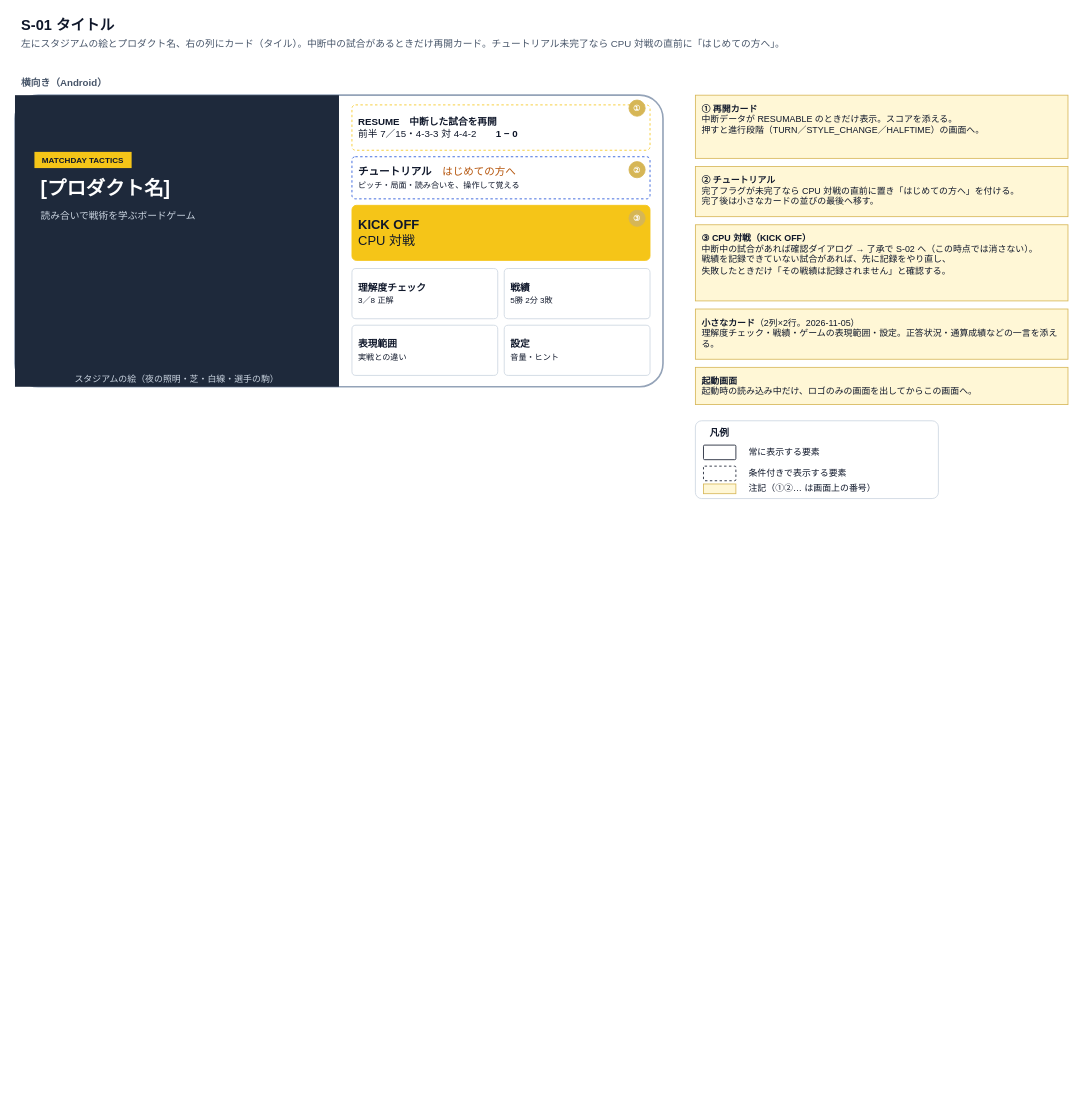
The draw.io diagram page "wireframe-s01-title" (1 of 12) of soccer-game/docs/specs/2_basic-design/wireframes.drawio in n-yata/soccer-sim, before the edit. Source tidied: cells renumbered, new cells numbered last; positions are measured from the earlier drawing's top-left corner, leaving out a move shared by most shapes. Both pictures are drawn from the tidied source at 81%, with x=0, y=0 at pixel (15, 14).
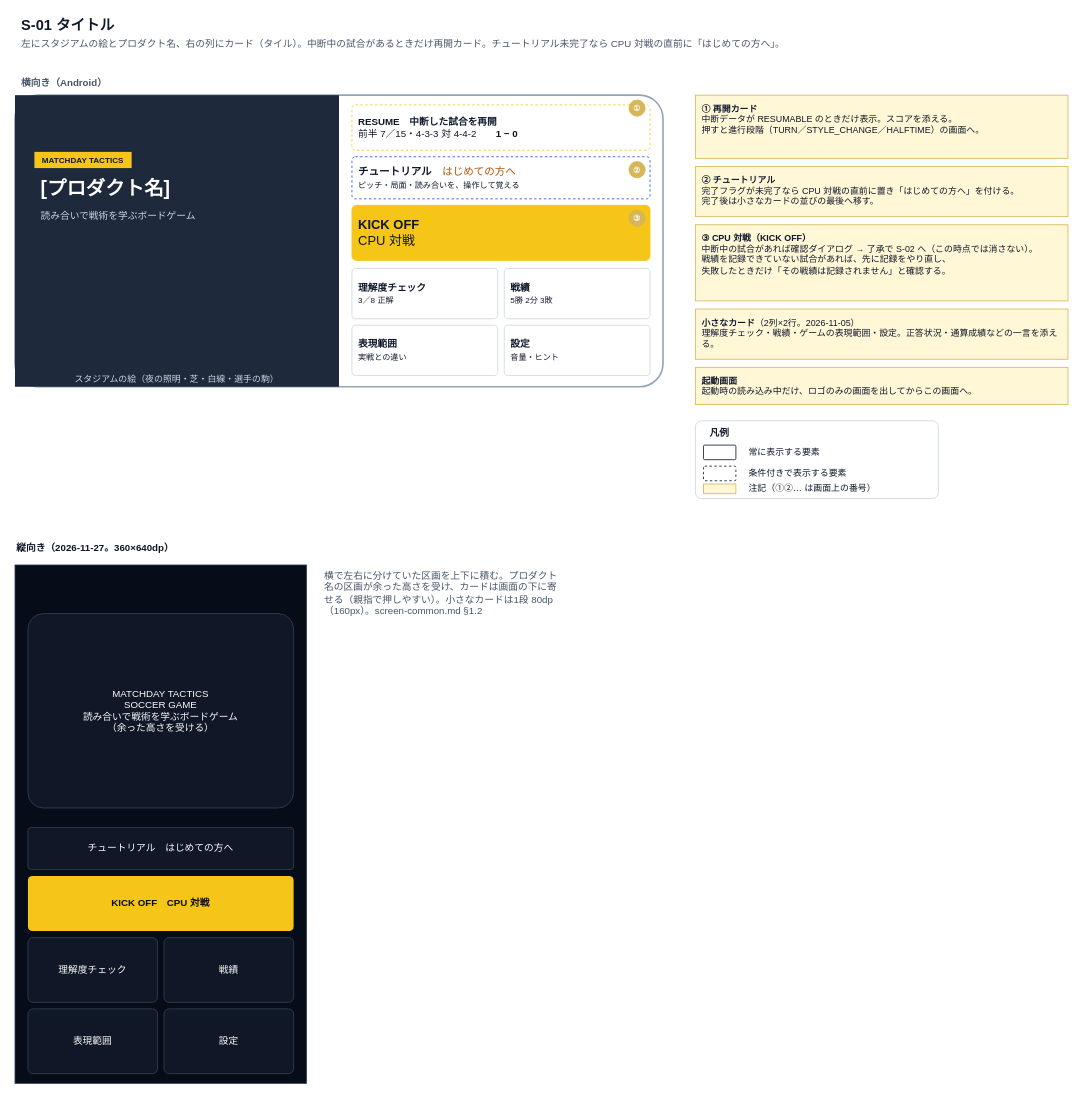
Above is the later version.

The edit, as a diff of the source:
```diff
@@
+    <mxCell id="33" value="縦向き（2026-11-27。360×640dp）" style="text;fontColor=#0F172A;fontStyle=1;align=left;verticalAlign=middle;whiteSpace=wrap;html=1;fontSize=12;" parent="1" vertex="1">
+      <mxGeometry y="646" width="360" height="26" as="geometry" />
+    </mxCell>
+    <mxCell id="34" style="fillColor=#070D18;strokeColor=#334155;whiteSpace=wrap;html=1;fontSize=12;" parent="1" vertex="1">
+      <mxGeometry y="680" width="360" height="640" as="geometry" />
+    </mxCell>
+    <mxCell id="35" value="MATCHDAY TACTICS&lt;br&gt;SOCCER GAME&lt;br&gt;読み合いで戦術を学ぶボードゲーム&lt;br&gt;（余った高さを受ける）" style="rounded=1;arcSize=8;fillColor=#101827;strokeColor=#334155;fontColor=#F8FAFC;whiteSpace=wrap;html=1;fontSize=12;" parent="1" vertex="1">
+      <mxGeometry x="16" y="740" width="328" height="240" as="geometry" />
+    </mxCell>
+    <mxCell id="36" value="チュートリアル　はじめての方へ" style="rounded=1;arcSize=8;fillColor=#101827;strokeColor=#334155;fontColor=#F8FAFC;whiteSpace=wrap;html=1;fontSize=12;" parent="1" vertex="1">
+      <mxGeometry x="16" y="1004" width="328" height="52" as="geometry" />
+    </mxCell>
+    <mxCell id="37" value="KICK OFF　CPU 対戦" style="rounded=1;arcSize=8;fillColor=#F5C518;strokeColor=none;fontColor=#070D18;fontStyle=1;whiteSpace=wrap;html=1;fontSize=12;" parent="1" vertex="1">
+      <mxGeometry x="16" y="1064" width="328" height="68" as="geometry" />
+    </mxCell>
+    <mxCell id="38" value="理解度チェック" style="rounded=1;arcSize=8;fillColor=#101827;strokeColor=#334155;fontColor=#F8FAFC;whiteSpace=wrap;html=1;fontSize=12;" parent="1" vertex="1">
+      <mxGeometry x="16" y="1140" width="160" height="80" as="geometry" />
+    </mxCell>
+    <mxCell id="39" value="戦績" style="rounded=1;arcSize=8;fillColor=#101827;strokeColor=#334155;fontColor=#F8FAFC;whiteSpace=wrap;html=1;fontSize=12;" parent="1" vertex="1">
+      <mxGeometry x="184" y="1140" width="160" height="80" as="geometry" />
+    </mxCell>
+    <mxCell id="40" value="表現範囲" style="rounded=1;arcSize=8;fillColor=#101827;strokeColor=#334155;fontColor=#F8FAFC;whiteSpace=wrap;html=1;fontSize=12;" parent="1" vertex="1">
+      <mxGeometry x="16" y="1228" width="160" height="80" as="geometry" />
+    </mxCell>
+    <mxCell id="41" value="設定" style="rounded=1;arcSize=8;fillColor=#101827;strokeColor=#334155;fontColor=#F8FAFC;whiteSpace=wrap;html=1;fontSize=12;" parent="1" vertex="1">
+      <mxGeometry x="184" y="1228" width="160" height="80" as="geometry" />
+    </mxCell>
+    <mxCell id="42" value="横で左右に分けていた区画を上下に積む。プロダクト名の区画が余った高さを受け、カードは画面の下に寄せる（親指で押しやすい）。小さなカードは1段 80dp（160px）。screen-common.md §1.2" style="text;fontColor=#475569;fontSize=11;align=left;verticalAlign=top;whiteSpace=wrap;whiteSpace=wrap;html=1;fontSize=12;" parent="1" vertex="1">
+      <mxGeometry x="380" y="680" width="300" height="200" as="geometry" />
+    </mxCell>
```
